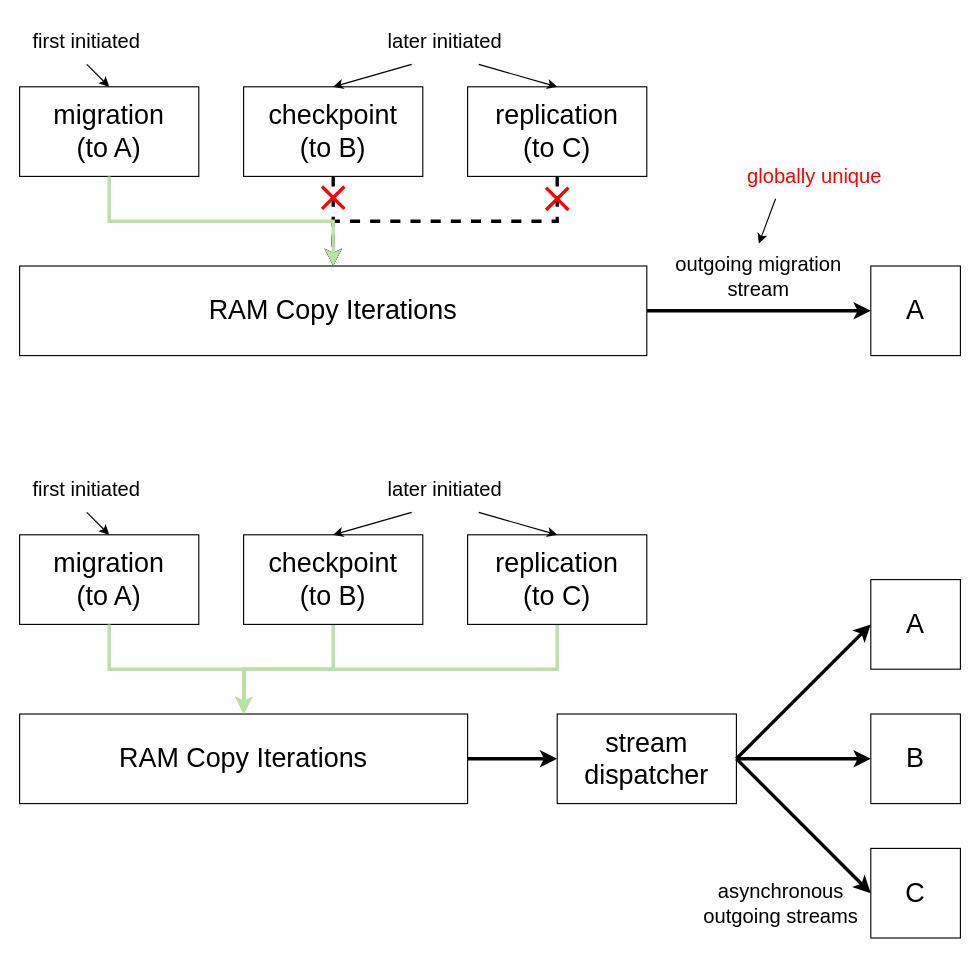
The draw.io diagram final/single migration stream challenge.drawio in xuyizhe1999/drawio, before the edit. Source tidied: cells renumbered, new cells numbered last; positions are measured from the earlier drawing's top-left corner, leaving out a move shared by most shapes. Both pictures are drawn from the tidied source at 112%, with x=0, y=0 at pixel (19, 19).
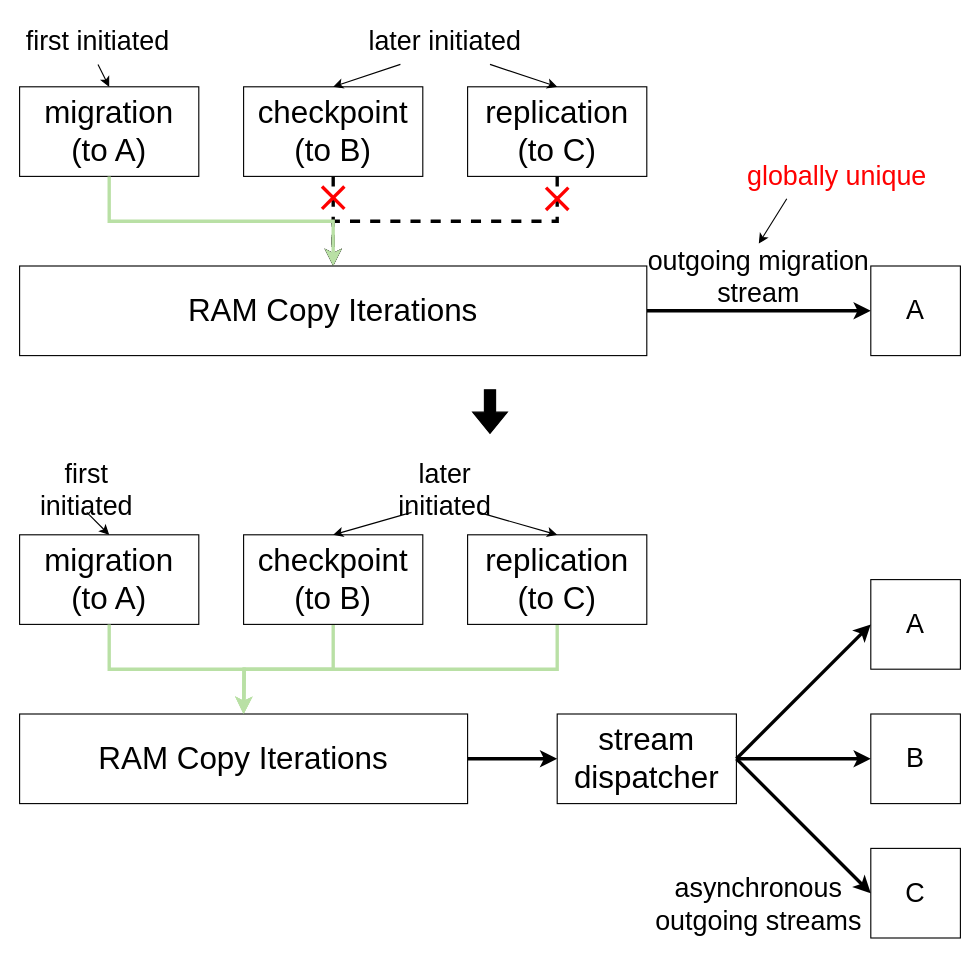
Above is the later version.

What changed in the source:
```diff
@@
-    <mxCell id="2" value="&lt;font style=&quot;font-size: 24px;&quot;&gt;migration&lt;br&gt;(to A)&lt;br&gt;&lt;/font&gt;" style="rounded=0;whiteSpace=wrap;html=1;" parent="1" vertex="1">
+    <mxCell id="2" value="&lt;font style=&quot;font-size: 28px;&quot;&gt;migration&lt;br style=&quot;font-size: 28px;&quot;&gt;(to A)&lt;br style=&quot;font-size: 28px;&quot;&gt;&lt;/font&gt;" style="rounded=0;whiteSpace=wrap;html=1;fontSize=28;" parent="1" vertex="1">
       <mxGeometry y="60" width="160" height="80" as="geometry" />
     </mxCell>
@@
-    <mxCell id="4" value="&lt;font style=&quot;font-size: 24px;&quot;&gt;checkpoint&lt;br&gt;(to B)&lt;br&gt;&lt;/font&gt;" style="rounded=0;whiteSpace=wrap;html=1;" parent="1" vertex="1">
+    <mxCell id="4" value="&lt;font style=&quot;font-size: 28px;&quot;&gt;checkpoint&lt;br style=&quot;font-size: 28px;&quot;&gt;(to B)&lt;br style=&quot;font-size: 28px;&quot;&gt;&lt;/font&gt;" style="rounded=0;whiteSpace=wrap;html=1;fontSize=28;" parent="1" vertex="1">
       <mxGeometry x="200" y="60" width="160" height="80" as="geometry" />
     </mxCell>
@@
-    <mxCell id="6" value="&lt;font style=&quot;font-size: 24px;&quot;&gt;replication&lt;br&gt;(to C)&lt;br&gt;&lt;/font&gt;" style="rounded=0;whiteSpace=wrap;html=1;" parent="1" vertex="1">
+    <mxCell id="6" value="&lt;font style=&quot;font-size: 28px;&quot;&gt;replication&lt;br style=&quot;font-size: 28px;&quot;&gt;(to C)&lt;br style=&quot;font-size: 28px;&quot;&gt;&lt;/font&gt;" style="rounded=0;whiteSpace=wrap;html=1;fontSize=28;" parent="1" vertex="1">
       <mxGeometry x="400" y="60" width="160" height="80" as="geometry" />
     </mxCell>
@@
-    <mxCell id="8" value="&lt;font style=&quot;font-size: 24px;&quot;&gt;RAM Copy Iterations&lt;/font&gt;" style="rounded=0;whiteSpace=wrap;html=1;" parent="1" vertex="1">
+    <mxCell id="8" value="&lt;font style=&quot;font-size: 28px;&quot;&gt;RAM Copy Iterations&lt;/font&gt;" style="rounded=0;whiteSpace=wrap;html=1;fontSize=28;" parent="1" vertex="1">
       <mxGeometry y="220" width="560" height="80" as="geometry" />
     </mxCell>
@@
-    <mxCell id="11" value="&lt;font style=&quot;font-size: 18px;&quot;&gt;outgoing migration stream&lt;/font&gt;" style="text;html=1;strokeColor=none;fillColor=none;align=center;verticalAlign=middle;whiteSpace=wrap;rounded=0;" parent="1" vertex="1">
+    <mxCell id="11" value="&lt;font style=&quot;font-size: 24px;&quot;&gt;outgoing migration stream&lt;/font&gt;" style="text;html=1;strokeColor=none;fillColor=none;align=center;verticalAlign=middle;whiteSpace=wrap;rounded=0;fontSize=24;" parent="1" vertex="1">
       <mxGeometry x="560" y="200" width="200" height="60" as="geometry" />
     </mxCell>
-    <mxCell id="12" value="&lt;font style=&quot;font-size: 18px;&quot;&gt;first initiated&lt;/font&gt;" style="text;html=1;strokeColor=none;fillColor=none;align=center;verticalAlign=middle;whiteSpace=wrap;rounded=0;" parent="1" vertex="1">
-      <mxGeometry width="120" height="40" as="geometry" />
+    <mxCell id="12" value="&lt;font style=&quot;font-size: 24px;&quot;&gt;first initiated&lt;/font&gt;" style="text;html=1;strokeColor=none;fillColor=none;align=center;verticalAlign=middle;whiteSpace=wrap;rounded=0;fontSize=24;" parent="1" vertex="1">
+      <mxGeometry width="140" height="40" as="geometry" />
     </mxCell>
@@
-    <mxCell id="14" value="&lt;font style=&quot;font-size: 18px;&quot;&gt;later initiated&lt;/font&gt;" style="text;html=1;strokeColor=none;fillColor=none;align=center;verticalAlign=middle;whiteSpace=wrap;rounded=0;" parent="1" vertex="1">
-      <mxGeometry x="320" width="120" height="40" as="geometry" />
+    <mxCell id="14" value="&lt;font style=&quot;font-size: 24px;&quot;&gt;later initiated&lt;/font&gt;" style="text;html=1;strokeColor=none;fillColor=none;align=center;verticalAlign=middle;whiteSpace=wrap;rounded=0;fontSize=24;" parent="1" vertex="1">
+      <mxGeometry x="300" width="160" height="40" as="geometry" />
     </mxCell>
@@
-    <mxCell id="21" value="&lt;font style=&quot;font-size: 24px;&quot;&gt;migration&lt;br&gt;(to A)&lt;br&gt;&lt;/font&gt;" style="rounded=0;whiteSpace=wrap;html=1;" parent="1" vertex="1">
+    <mxCell id="21" value="&lt;font style=&quot;font-size: 28px;&quot;&gt;migration&lt;br style=&quot;font-size: 28px;&quot;&gt;(to A)&lt;br style=&quot;font-size: 28px;&quot;&gt;&lt;/font&gt;" style="rounded=0;whiteSpace=wrap;html=1;fontSize=28;" parent="1" vertex="1">
       <mxGeometry y="460" width="160" height="80" as="geometry" />
     </mxCell>
@@
-    <mxCell id="23" value="&lt;font style=&quot;font-size: 24px;&quot;&gt;checkpoint&lt;br&gt;(to B)&lt;br&gt;&lt;/font&gt;" style="rounded=0;whiteSpace=wrap;html=1;" parent="1" vertex="1">
+    <mxCell id="23" value="&lt;font style=&quot;font-size: 28px;&quot;&gt;checkpoint&lt;br style=&quot;font-size: 28px;&quot;&gt;(to B)&lt;br style=&quot;font-size: 28px;&quot;&gt;&lt;/font&gt;" style="rounded=0;whiteSpace=wrap;html=1;fontSize=28;" parent="1" vertex="1">
       <mxGeometry x="200" y="460" width="160" height="80" as="geometry" />
     </mxCell>
@@
-    <mxCell id="25" value="&lt;font style=&quot;font-size: 24px;&quot;&gt;replication&lt;br&gt;(to C)&lt;br&gt;&lt;/font&gt;" style="rounded=0;whiteSpace=wrap;html=1;" parent="1" vertex="1">
+    <mxCell id="25" value="&lt;font style=&quot;font-size: 28px;&quot;&gt;replication&lt;br style=&quot;font-size: 28px;&quot;&gt;(to C)&lt;br style=&quot;font-size: 28px;&quot;&gt;&lt;/font&gt;" style="rounded=0;whiteSpace=wrap;html=1;fontSize=28;" parent="1" vertex="1">
       <mxGeometry x="400" y="460" width="160" height="80" as="geometry" />
     </mxCell>
@@
-    <mxCell id="27" value="&lt;font style=&quot;font-size: 24px;&quot;&gt;RAM Copy Iterations&lt;/font&gt;" style="rounded=0;whiteSpace=wrap;html=1;" parent="1" vertex="1">
+    <mxCell id="27" value="&lt;font style=&quot;font-size: 28px;&quot;&gt;RAM Copy Iterations&lt;/font&gt;" style="rounded=0;whiteSpace=wrap;html=1;fontSize=28;" parent="1" vertex="1">
       <mxGeometry y="620" width="400" height="80" as="geometry" />
     </mxCell>
@@
-    <mxCell id="30" value="&lt;span style=&quot;font-size: 18px;&quot;&gt;asynchronous&lt;br&gt;outgoing streams&lt;br&gt;&lt;/span&gt;" style="text;html=1;strokeColor=none;fillColor=none;align=center;verticalAlign=middle;whiteSpace=wrap;rounded=0;" parent="1" vertex="1">
-      <mxGeometry x="600" y="760" width="160" height="60" as="geometry" />
+    <mxCell id="30" value="&lt;span style=&quot;font-size: 24px;&quot;&gt;asynchronous&lt;br style=&quot;font-size: 24px;&quot;&gt;outgoing streams&lt;br style=&quot;font-size: 24px;&quot;&gt;&lt;/span&gt;" style="text;html=1;strokeColor=none;fillColor=none;align=center;verticalAlign=middle;whiteSpace=wrap;rounded=0;fontSize=24;" parent="1" vertex="1">
+      <mxGeometry x="560" y="760" width="200" height="60" as="geometry" />
     </mxCell>
-    <mxCell id="31" value="&lt;font style=&quot;font-size: 18px;&quot;&gt;first initiated&lt;/font&gt;" style="text;html=1;strokeColor=none;fillColor=none;align=center;verticalAlign=middle;whiteSpace=wrap;rounded=0;" parent="1" vertex="1">
+    <mxCell id="31" value="&lt;font style=&quot;font-size: 24px;&quot;&gt;first initiated&lt;/font&gt;" style="text;html=1;strokeColor=none;fillColor=none;align=center;verticalAlign=middle;whiteSpace=wrap;rounded=0;fontSize=24;" parent="1" vertex="1">
       <mxGeometry y="400" width="120" height="40" as="geometry" />
     </mxCell>
@@
-    <mxCell id="33" value="&lt;font style=&quot;font-size: 18px;&quot;&gt;later initiated&lt;/font&gt;" style="text;html=1;strokeColor=none;fillColor=none;align=center;verticalAlign=middle;whiteSpace=wrap;rounded=0;" parent="1" vertex="1">
+    <mxCell id="33" value="&lt;font style=&quot;font-size: 24px;&quot;&gt;later initiated&lt;/font&gt;" style="text;html=1;strokeColor=none;fillColor=none;align=center;verticalAlign=middle;whiteSpace=wrap;rounded=0;fontSize=24;" parent="1" vertex="1">
       <mxGeometry x="320" y="400" width="120" height="40" as="geometry" />
     </mxCell>
@@
-    <mxCell id="36" value="&lt;font color=&quot;#ff0000&quot; style=&quot;font-size: 18px;&quot;&gt;globally unique&lt;/font&gt;" style="text;html=1;strokeColor=none;fillColor=none;align=center;verticalAlign=middle;whiteSpace=wrap;rounded=0;" parent="1" vertex="1">
-      <mxGeometry x="640" y="120" width="140" height="40" as="geometry" />
+    <mxCell id="36" value="&lt;font color=&quot;#ff0000&quot; style=&quot;font-size: 24px;&quot;&gt;globally unique&lt;/font&gt;" style="text;html=1;strokeColor=none;fillColor=none;align=center;verticalAlign=middle;whiteSpace=wrap;rounded=0;fontSize=24;" parent="1" vertex="1">
+      <mxGeometry x="640" y="120" width="180" height="40" as="geometry" />
     </mxCell>
@@
-    <mxCell id="39" value="&lt;font style=&quot;font-size: 24px;&quot;&gt;stream&lt;br&gt;dispatcher&lt;br&gt;&lt;/font&gt;" style="rounded=0;whiteSpace=wrap;html=1;" parent="1" vertex="1">
+    <mxCell id="39" value="&lt;font style=&quot;font-size: 28px;&quot;&gt;stream&lt;br style=&quot;font-size: 28px;&quot;&gt;dispatcher&lt;br style=&quot;font-size: 28px;&quot;&gt;&lt;/font&gt;" style="rounded=0;whiteSpace=wrap;html=1;fontSize=28;" parent="1" vertex="1">
       <mxGeometry x="480" y="620" width="160" height="80" as="geometry" />
     </mxCell>
@@
+    <mxCell id="44" style="shape=flexArrow;endArrow=classic;html=1;rounded=0;fillColor=#000000;" parent="1" edge="1">
+      <mxGeometry relative="1" as="geometry">
+        <mxPoint x="420" y="330" as="sourcePoint" />
+        <mxPoint x="420" y="370" as="targetPoint" />
+      </mxGeometry>
+    </mxCell>
```
